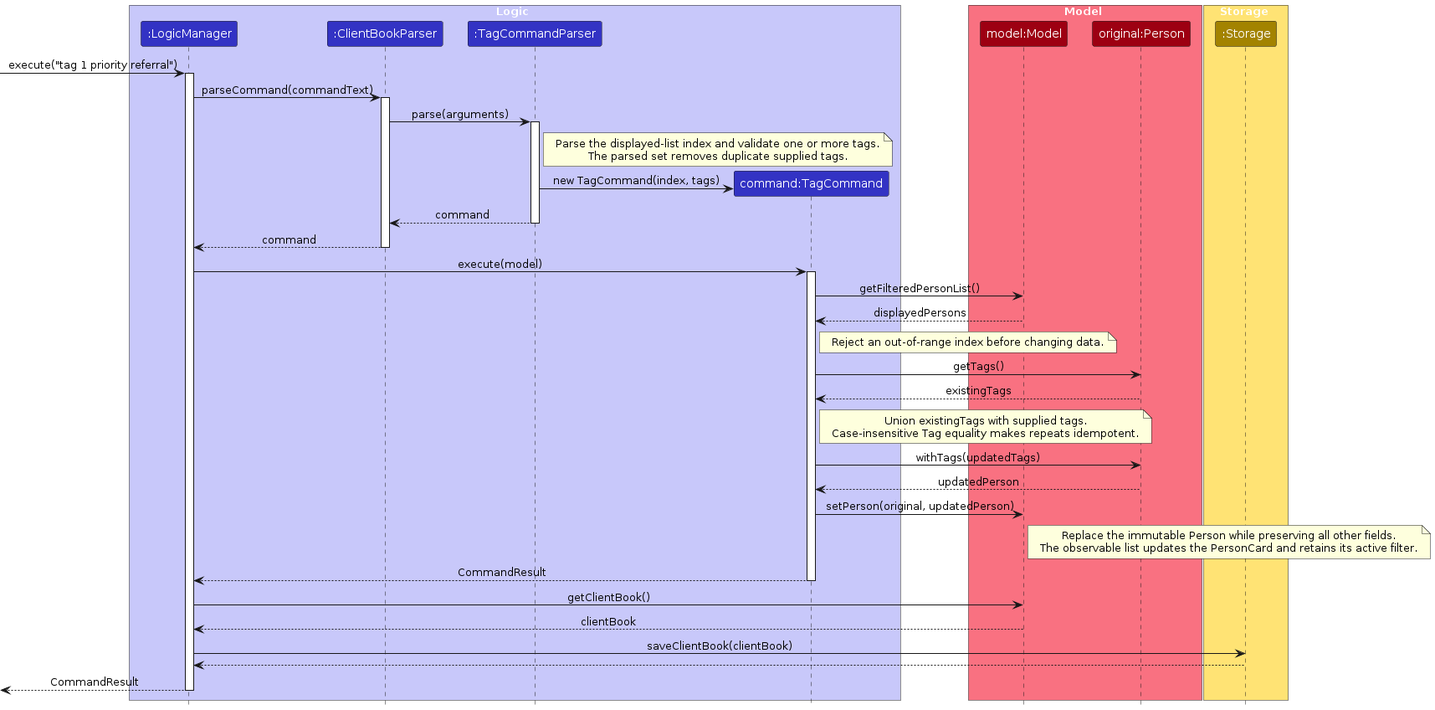
Above: diagrams/TagSequenceDiagram.png in AY2627S1-CS2103T-F14a-4/tp (PlantUML), before the change. Its source is kept beside it as diagrams/TagSequenceDiagram.puml. Its diagram source:
```plantuml
@startuml
!include style.puml
skinparam ArrowFontStyle plain

box Logic LOGIC_COLOR_T1
participant ":LogicManager" as Logic LOGIC_COLOR
participant ":ClientBookParser" as Parser LOGIC_COLOR
participant ":TagCommandParser" as TagParser LOGIC_COLOR
participant "command:TagCommand" as Command LOGIC_COLOR
end box

box Model MODEL_COLOR_T1
participant "model:Model" as Model MODEL_COLOR
participant "original:Person" as Person MODEL_COLOR
end box

box Storage STORAGE_COLOR_T1
participant ":Storage" as Storage STORAGE_COLOR
end box

[-> Logic : execute("tag 1 priority referral")
activate Logic
Logic -> Parser : parseCommand(commandText)
activate Parser
Parser -> TagParser : parse(arguments)
activate TagParser
note right of TagParser
Parse the displayed-list index and validate one or more tags.
The parsed set removes duplicate supplied tags.
end note
create Command
TagParser -> Command : new TagCommand(index, tags)
TagParser --> Parser : command
deactivate TagParser
Parser --> Logic : command
deactivate Parser
Logic -> Command : execute(model)
activate Command
Command -> Model : getFilteredPersonList()
Model --> Command : displayedPersons
note right of Command : Reject an out-of-range index before changing data.
Command -> Person : getTags()
Person --> Command : existingTags
note right of Command
Union existingTags with supplied tags.
Case-insensitive Tag equality makes repeats idempotent.
end note
Command -> Person : withTags(updatedTags)
Person --> Command : updatedPerson
Command -> Model : setPerson(original, updatedPerson)
note right of Model
Replace the immutable Person while preserving all other fields.
The observable list updates the PersonCard and retains its active filter.
end note
Command --> Logic : CommandResult
deactivate Command
Logic -> Model : getClientBook()
Model --> Logic : clientBook
Logic -> Storage : saveClientBook(clientBook)
Storage --> Logic
[<-- Logic : CommandResult
deactivate Logic
@enduml
```
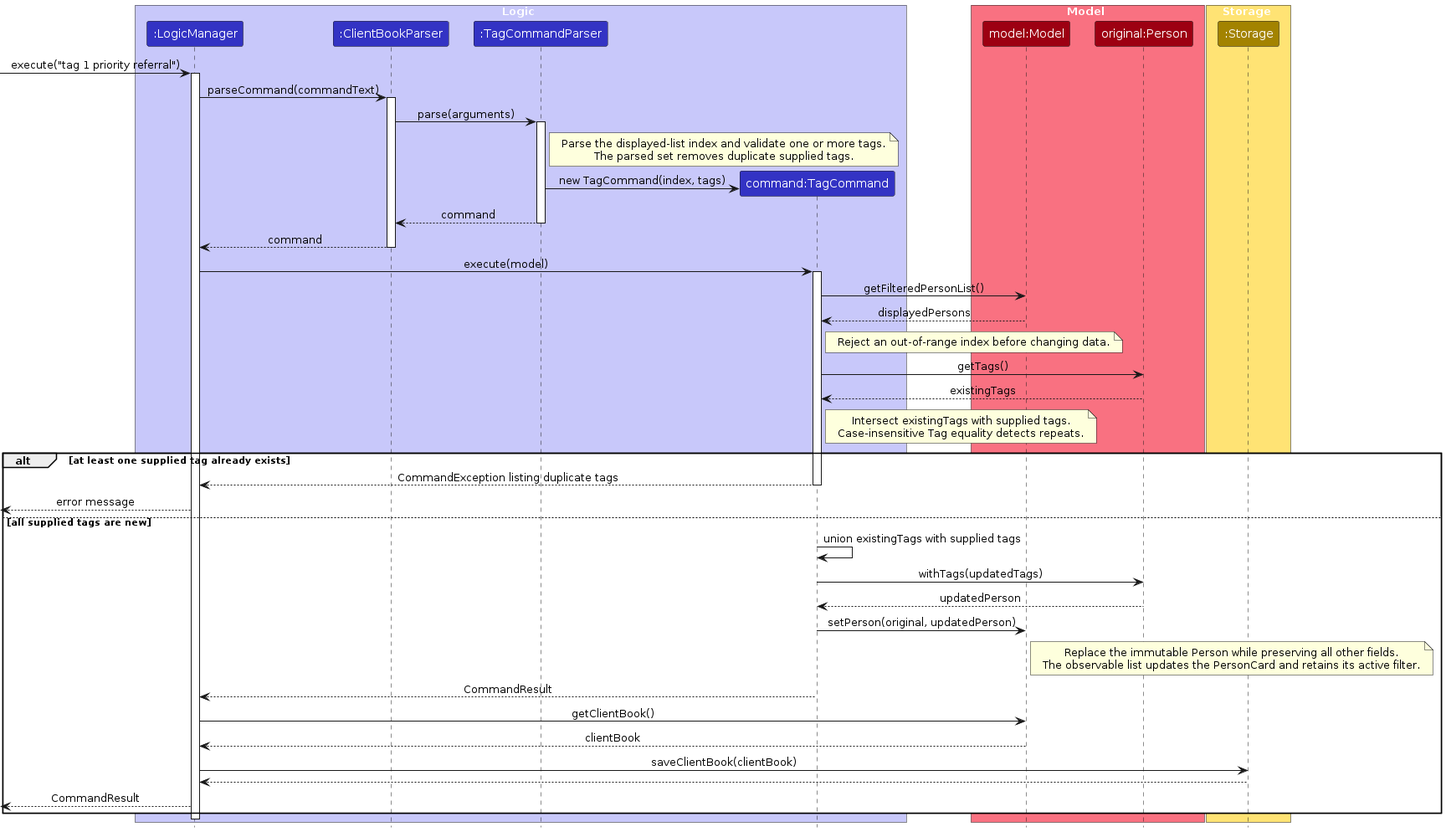
Later version of the same file.

Change to the diagram source:
```diff
@@ -42,9 +42,15 @@
 Command -> Person : getTags()
 Person --> Command : existingTags
 note right of Command
-Union existingTags with supplied tags.
-Case-insensitive Tag equality makes repeats idempotent.
+Intersect existingTags with supplied tags.
+Case-insensitive Tag equality detects repeats.
 end note
+alt at least one supplied tag already exists
+    Command --> Logic : CommandException listing duplicate tags
+    deactivate Command
+    [<-- Logic : error message
+else all supplied tags are new
+Command -> Command : union existingTags with supplied tags
 Command -> Person : withTags(updatedTags)
 Person --> Command : updatedPerson
 Command -> Model : setPerson(original, updatedPerson)
@@ -59,5 +65,6 @@
 Logic -> Storage : saveClientBook(clientBook)
 Storage --> Logic
 [<-- Logic : CommandResult
+end
 deactivate Logic
 @enduml
```
